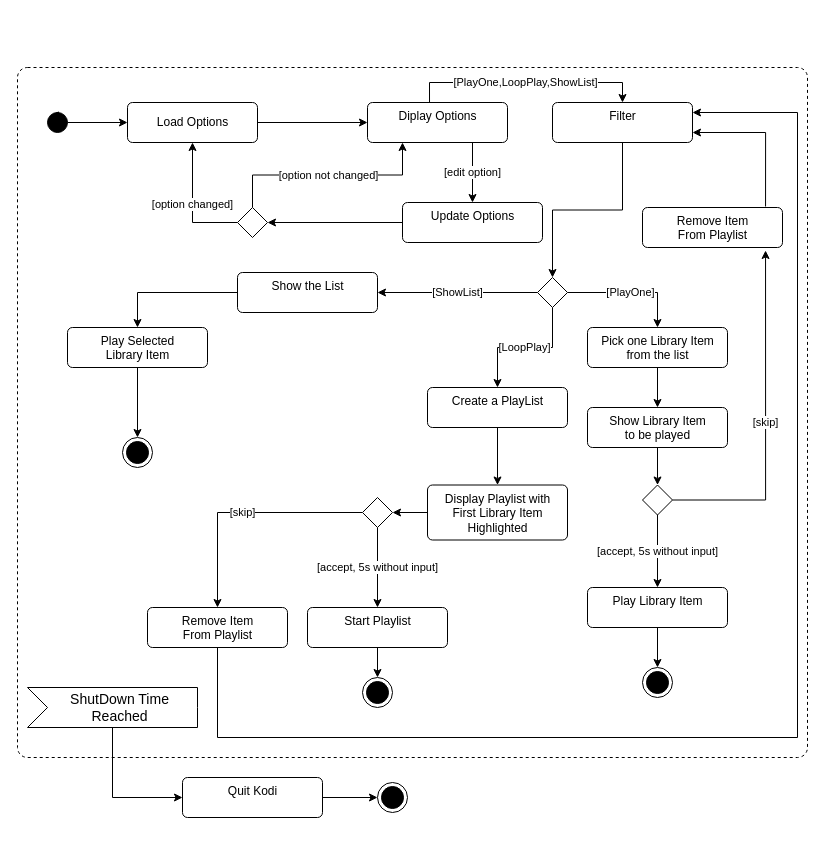
Above: page "Page-2" (2 of 3) of uml.drawio in dustinmcmahon/kodiAddon (draw.io), before the change. Source tidied: cells renumbered, new cells numbered last; positions are measured from the earlier drawing's top-left corner, leaving out a move shared by most shapes. Both pictures are drawn from the tidied source at 100%, with x=0, y=0 at pixel (17, 67).
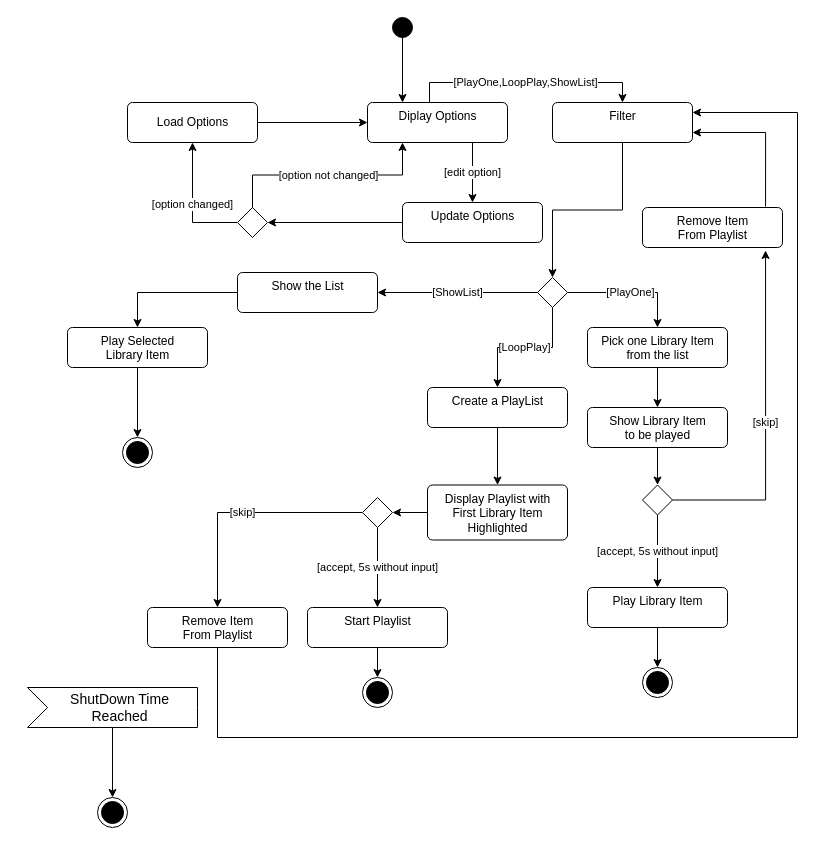
After the change.

Commit message:
Behavior Diagram

Unchanged cells that the change refers to:
```xml
<mxCell id="4" value="Load Options" style="html=1;align=center;verticalAlign=middle;rounded=1;absoluteArcSize=1;arcSize=10;dashed=0;" parent="1" vertex="1">
  <mxGeometry x="110" y="35" width="130" height="40" as="geometry" />
</mxCell>
<mxCell id="7" value="Diplay Options" style="html=1;align=center;verticalAlign=top;rounded=1;absoluteArcSize=1;arcSize=10;dashed=0;" parent="1" vertex="1">
  <mxGeometry x="350" y="35" width="140" height="40" as="geometry" />
</mxCell>
<mxCell id="50" value="ShutDown Time &lt;br&gt;Reached" style="html=1;shape=mxgraph.infographic.ribbonSimple;notch1=20;notch2=0;align=center;verticalAlign=middle;fontSize=14;fontStyle=0;fillColor=#FFFFFF;flipH=0;spacingRight=0;spacingLeft=14;" parent="1" vertex="1">
  <mxGeometry x="10" y="620" width="170" height="40" as="geometry" />
</mxCell>
```

What changed in the source:
```diff
@@
-    <mxCell id="2" style="html=1;align=center;verticalAlign=top;rounded=1;absoluteArcSize=1;arcSize=20;dashed=1;" parent="1" vertex="1">
-      <mxGeometry width="790" height="690" as="geometry" />
-    </mxCell>
@@
-    <mxCell id="46" style="edgeStyle=orthogonalEdgeStyle;rounded=0;jettySize=auto;html=1;" parent="1" edge="1" source="47" target="4">
+    <mxCell id="46" style="edgeStyle=orthogonalEdgeStyle;rounded=0;jettySize=auto;html=1;entryX=0.25;entryY=0;entryDx=0;entryDy=0;" parent="1" edge="1" source="47" target="7">
       <mxGeometry relative="1" as="geometry" />
     </mxCell>
     <mxCell id="47" style="ellipse;fillColor=strokeColor;" parent="1" vertex="1">
-      <mxGeometry x="30" y="45" width="20" height="20" as="geometry" />
+      <mxGeometry x="375" y="-50" width="20" height="20" as="geometry" />
     </mxCell>
-    <mxCell id="48" style="edgeStyle=orthogonalEdgeStyle;rounded=0;orthogonalLoop=1;jettySize=auto;html=1;exitX=1;exitY=0;exitDx=0;exitDy=0;entryX=0;entryY=0;entryDx=0;entryDy=0;" parent="1" edge="1" source="47" target="47">
-      <mxGeometry relative="1" as="geometry" />
-    </mxCell>
-    <mxCell id="49" style="edgeStyle=orthogonalEdgeStyle;rounded=0;jettySize=auto;html=1;exitX=0;exitY=0;exitDx=85;exitDy=40;exitPerimeter=0;entryX=0;entryY=0.5;entryDx=0;entryDy=0;" parent="1" edge="1" source="50" target="52">
+    <mxCell id="49" style="edgeStyle=orthogonalEdgeStyle;rounded=0;jettySize=auto;html=1;exitX=0;exitY=0;exitDx=85;exitDy=40;exitPerimeter=0;entryX=0.5;entryY=0;entryDx=0;entryDy=0;" parent="1" edge="1" source="50" target="53">
       <mxGeometry relative="1" as="geometry" />
     </mxCell>
@@
-    <mxCell id="51" style="edgeStyle=orthogonalEdgeStyle;rounded=0;jettySize=auto;html=1;" parent="1" edge="1" source="52" target="53">
-      <mxGeometry relative="1" as="geometry" />
-    </mxCell>
-    <mxCell id="52" value="Quit Kodi" style="html=1;align=center;verticalAlign=top;rounded=1;absoluteArcSize=1;arcSize=10;dashed=0;" parent="1" vertex="1">
-      <mxGeometry x="165" y="710" width="140" height="40" as="geometry" />
-    </mxCell>
     <mxCell id="53" style="ellipse;html=1;shape=endState;fillColor=strokeColor;" parent="1" vertex="1">
-      <mxGeometry x="360" y="715" width="30" height="30" as="geometry" />
+      <mxGeometry x="80" y="730" width="30" height="30" as="geometry" />
     </mxCell>
```
